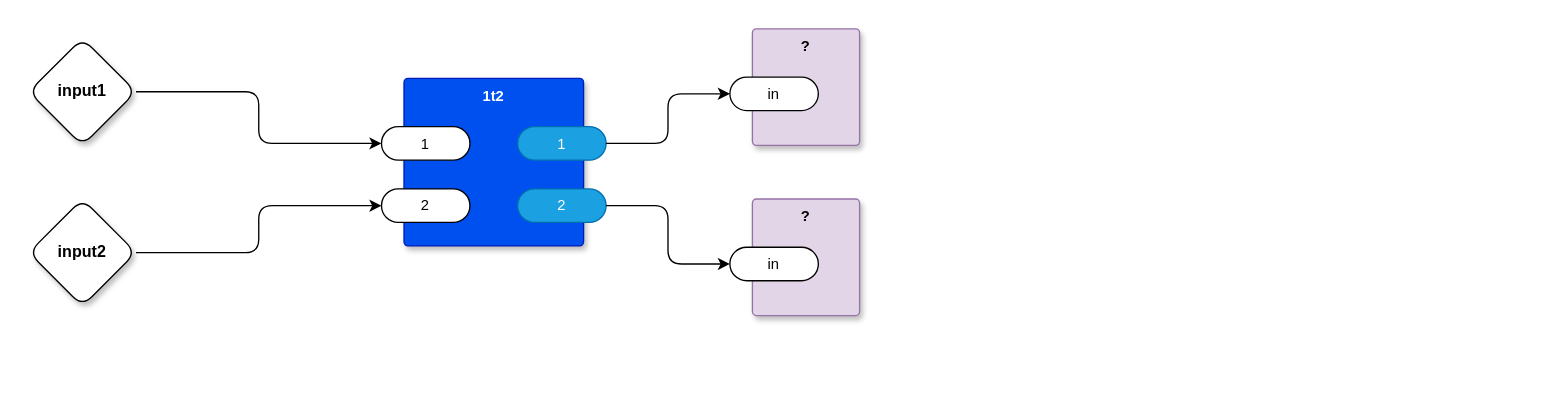
Earlier version of the draw.io diagram vsh.drawio (guitarvydas/odin0d). Source tidied: cells renumbered, new cells numbered last; positions are measured from the earlier drawing's top-left corner, leaving out a move shared by most shapes. Both pictures are drawn from the tidied source at 134%, with x=0, y=0 at pixel (28, 28).
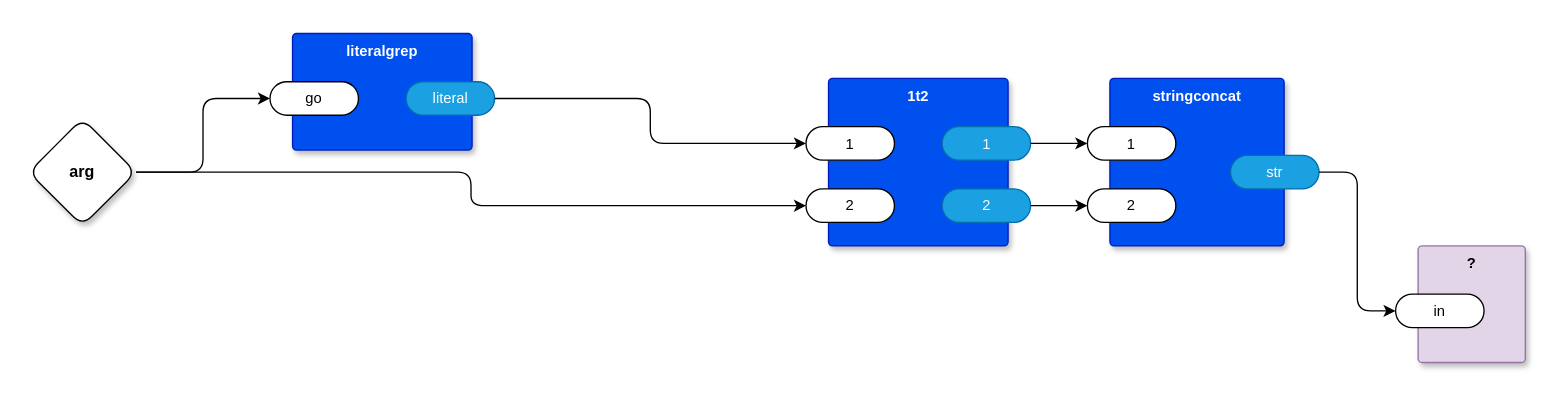
The same diagram, later.

The change refers to these unchanged cells:
```xml
<mxCell id="7" value="1" style="rounded=1;whiteSpace=wrap;html=1;sketch=0;points=[[0,0.5,0,0,0],[1,0.5,0,0,0]];arcSize=50;fontFamily=Helvetica;fontSize=11;fontColor=default;" parent="6" vertex="1">
  <mxGeometry x="-16.8" y="36" width="66" height="25" as="geometry" />
</mxCell>
<mxCell id="8" value="1" style="rounded=1;whiteSpace=wrap;html=1;sketch=0;points=[[0,0.5,0,0,0],[1,0.5,0,0,0]];fillColor=#1ba1e2;fontColor=#ffffff;strokeColor=#006EAF;arcSize=50;fontFamily=Helvetica;fontSize=11;" parent="6" vertex="1">
  <mxGeometry x="84.8" y="36" width="66" height="25" as="geometry" />
</mxCell>
<mxCell id="9" value="2" style="rounded=1;whiteSpace=wrap;html=1;sketch=0;points=[[0,0.5,0,0,0],[1,0.5,0,0,0]];arcSize=50;fontFamily=Helvetica;fontSize=11;fontColor=default;" parent="6" vertex="1">
  <mxGeometry x="-16.8" y="82.5" width="66" height="25" as="geometry" />
</mxCell>
<mxCell id="10" value="2" style="rounded=1;whiteSpace=wrap;html=1;sketch=0;points=[[0,0.5,0,0,0],[1,0.5,0,0,0]];fillColor=#1ba1e2;fontColor=#ffffff;strokeColor=#006EAF;arcSize=50;fontFamily=Helvetica;fontSize=11;" parent="6" vertex="1">
  <mxGeometry x="84.8" y="82.5" width="66" height="25" as="geometry" />
</mxCell>
<mxCell id="12" value="in" style="rounded=1;whiteSpace=wrap;html=1;sketch=0;points=[[0,0.5,0,0,0],[1,0.5,0,0,0]];arcSize=50;fontFamily=Helvetica;fontSize=11;fontColor=default;" parent="11" vertex="1">
  <mxGeometry x="-16.8" y="36" width="66" height="25" as="geometry" />
</mxCell>
```

Diff of the diagram source:
```diff
@@
-    <mxCell id="2" style="edgeStyle=orthogonalEdgeStyle;shape=connector;rounded=1;jettySize=auto;html=1;exitX=1;exitY=0.5;exitDx=0;exitDy=0;exitPerimeter=0;entryX=0;entryY=0.5;entryDx=0;entryDy=0;entryPerimeter=0;labelBackgroundColor=default;strokeColor=default;fontFamily=Helvetica;fontSize=11;fontColor=default;endArrow=classic;" parent="1" edge="1" source="3" target="7">
-      <mxGeometry relative="1" as="geometry" />
-    </mxCell>
+    <mxCell id="17" style="edgeStyle=orthogonalEdgeStyle;shape=connector;rounded=1;jettySize=auto;html=1;entryX=0;entryY=0.5;entryDx=0;entryDy=0;entryPerimeter=0;labelBackgroundColor=default;strokeColor=default;fontFamily=Helvetica;fontSize=11;fontColor=default;endArrow=classic;" parent="1" edge="1" source="3" target="27">
+      <mxGeometry relative="1" as="geometry" />
+    </mxCell>
+    <mxCell id="18" style="edgeStyle=orthogonalEdgeStyle;shape=connector;rounded=1;jettySize=auto;html=1;exitX=1;exitY=0.5;exitDx=0;exitDy=0;exitPerimeter=0;entryX=0;entryY=0.5;entryDx=0;entryDy=0;entryPerimeter=0;labelBackgroundColor=default;strokeColor=default;fontFamily=Helvetica;fontSize=11;fontColor=default;endArrow=classic;" parent="1" edge="1" source="3" target="9">
+      <mxGeometry relative="1" as="geometry" />
+    </mxCell>
-    <mxCell id="3" value="input1" style="rhombus;whiteSpace=wrap;html=1;rounded=1;fontStyle=1;glass=0;sketch=0;fontSize=12;points=[[0,0.5,0,0,0],[0.5,0,0,0,0],[0.5,1,0,0,0],[1,0.5,0,0,0]];shadow=1;fontFamily=Helvetica;fontColor=default;" parent="1" vertex="1">
-      <mxGeometry y="7" width="80" height="80" as="geometry" />
+    <mxCell id="3" value="arg" style="rhombus;whiteSpace=wrap;html=1;rounded=1;fontStyle=1;glass=0;sketch=0;fontSize=12;points=[[0,0.5,0,0,0],[0.5,0,0,0,0],[0.5,1,0,0,0],[1,0.5,0,0,0]];shadow=1;fontFamily=Helvetica;fontColor=default;" parent="1" vertex="1">
+      <mxGeometry y="67" width="80" height="80" as="geometry" />
     </mxCell>
-    <mxCell id="4" style="edgeStyle=orthogonalEdgeStyle;shape=connector;rounded=1;jettySize=auto;html=1;exitX=1;exitY=0.5;exitDx=0;exitDy=0;exitPerimeter=0;labelBackgroundColor=default;strokeColor=default;fontFamily=Helvetica;fontSize=11;fontColor=default;endArrow=classic;" parent="1" edge="1" source="5" target="9">
-      <mxGeometry relative="1" as="geometry" />
-    </mxCell>
-    <mxCell id="5" value="input2" style="rhombus;whiteSpace=wrap;html=1;rounded=1;fontStyle=1;glass=0;sketch=0;fontSize=12;points=[[0,0.5,0,0,0],[0.5,0,0,0,0],[0.5,1,0,0,0],[1,0.5,0,0,0]];shadow=1;fontFamily=Helvetica;fontColor=default;" parent="1" vertex="1">
-      <mxGeometry y="127" width="80" height="80" as="geometry" />
-    </mxCell>
     <mxCell id="6" value="1t2" style="rounded=1;whiteSpace=wrap;html=1;sketch=0;verticalAlign=top;arcSize=6;fontStyle=1;absoluteArcSize=1;shadow=1;strokeColor=#001DBC;fillColor=#0050ef;fontColor=#ffffff;fontFamily=Helvetica;fontSize=11;" parent="1" vertex="1">
-      <mxGeometry x="280" y="37" width="134" height="125" as="geometry" />
+      <mxGeometry x="596.8" y="37" width="134" height="125" as="geometry" />
     </mxCell>
@@
     <mxCell id="11" value="?" style="rounded=1;whiteSpace=wrap;html=1;sketch=0;verticalAlign=top;arcSize=6;fontStyle=1;absoluteArcSize=1;shadow=1;strokeColor=#9673a6;fillColor=#e1d5e7;fontFamily=Helvetica;fontSize=11;" parent="1" vertex="1">
-      <mxGeometry x="540" width="80" height="87" as="geometry" />
+      <mxGeometry x="1036.8" y="162" width="80" height="87" as="geometry" />
     </mxCell>
@@
-    <mxCell id="13" value="?" style="rounded=1;whiteSpace=wrap;html=1;sketch=0;verticalAlign=top;arcSize=6;fontStyle=1;absoluteArcSize=1;shadow=1;strokeColor=#9673a6;fillColor=#e1d5e7;fontFamily=Helvetica;fontSize=11;" parent="1" vertex="1">
-      <mxGeometry x="540" y="127" width="80" height="87" as="geometry" />
-    </mxCell>
-    <mxCell id="14" value="in" style="rounded=1;whiteSpace=wrap;html=1;sketch=0;points=[[0,0.5,0,0,0],[1,0.5,0,0,0]];arcSize=50;fontFamily=Helvetica;fontSize=11;fontColor=default;" parent="13" vertex="1">
-      <mxGeometry x="-16.8" y="36" width="66" height="25" as="geometry" />
-    </mxCell>
-    <mxCell id="15" style="edgeStyle=orthogonalEdgeStyle;shape=connector;rounded=1;jettySize=auto;html=1;exitX=1;exitY=0.5;exitDx=0;exitDy=0;exitPerimeter=0;entryX=0;entryY=0.5;entryDx=0;entryDy=0;entryPerimeter=0;labelBackgroundColor=default;strokeColor=default;fontFamily=Helvetica;fontSize=11;fontColor=default;endArrow=classic;" parent="1" edge="1" source="8" target="12">
-      <mxGeometry relative="1" as="geometry" />
-    </mxCell>
-    <mxCell id="16" style="edgeStyle=orthogonalEdgeStyle;shape=connector;rounded=1;jettySize=auto;html=1;exitX=1;exitY=0.5;exitDx=0;exitDy=0;exitPerimeter=0;entryX=0;entryY=0.5;entryDx=0;entryDy=0;entryPerimeter=0;labelBackgroundColor=default;strokeColor=default;fontFamily=Helvetica;fontSize=11;fontColor=default;endArrow=classic;" parent="1" edge="1" source="10" target="14">
-      <mxGeometry relative="1" as="geometry" />
-    </mxCell>
+    <mxCell id="19" value="stringconcat" style="rounded=1;whiteSpace=wrap;html=1;sketch=0;verticalAlign=top;arcSize=6;fontStyle=1;absoluteArcSize=1;shadow=1;strokeColor=#001DBC;fillColor=#0050ef;fontColor=#ffffff;fontFamily=Helvetica;fontSize=11;" parent="1" vertex="1">
+      <mxGeometry x="806.8" y="37" width="130" height="125" as="geometry" />
+    </mxCell>
+    <mxCell id="20" value="1" style="rounded=1;whiteSpace=wrap;html=1;sketch=0;points=[[0,0.5,0,0,0],[1,0.5,0,0,0]];arcSize=50;fontFamily=Helvetica;fontSize=11;fontColor=default;" parent="19" vertex="1">
+      <mxGeometry x="-16.8" y="36" width="66" height="25" as="geometry" />
+    </mxCell>
+    <mxCell id="21" value="2" style="rounded=1;whiteSpace=wrap;html=1;sketch=0;points=[[0,0.5,0,0,0],[1,0.5,0,0,0]];arcSize=50;fontFamily=Helvetica;fontSize=11;fontColor=default;" parent="19" vertex="1">
+      <mxGeometry x="-16.8" y="82.5" width="66" height="25" as="geometry" />
+    </mxCell>
+    <mxCell id="22" value="str" style="rounded=1;whiteSpace=wrap;html=1;sketch=0;points=[[0,0.5,0,0,0],[1,0.5,0,0,0]];fillColor=#1ba1e2;fontColor=#ffffff;strokeColor=#006EAF;arcSize=50;fontFamily=Helvetica;fontSize=11;" parent="19" vertex="1">
+      <mxGeometry x="90" y="57.5" width="66" height="25" as="geometry" />
+    </mxCell>
+    <mxCell id="23" style="edgeStyle=orthogonalEdgeStyle;shape=connector;rounded=1;jettySize=auto;html=1;exitX=1;exitY=0.5;exitDx=0;exitDy=0;exitPerimeter=0;labelBackgroundColor=default;strokeColor=default;fontFamily=Helvetica;fontSize=11;fontColor=default;endArrow=classic;" parent="1" edge="1" source="8" target="20">
+      <mxGeometry relative="1" as="geometry" />
+    </mxCell>
+    <mxCell id="24" style="edgeStyle=orthogonalEdgeStyle;shape=connector;rounded=1;jettySize=auto;html=1;exitX=1;exitY=0.5;exitDx=0;exitDy=0;exitPerimeter=0;entryX=0;entryY=0.5;entryDx=0;entryDy=0;entryPerimeter=0;labelBackgroundColor=default;strokeColor=default;fontFamily=Helvetica;fontSize=11;fontColor=default;endArrow=classic;" parent="1" edge="1" source="10" target="21">
+      <mxGeometry relative="1" as="geometry" />
+    </mxCell>
+    <mxCell id="25" style="edgeStyle=orthogonalEdgeStyle;shape=connector;rounded=1;jettySize=auto;html=1;exitX=1;exitY=0.5;exitDx=0;exitDy=0;exitPerimeter=0;entryX=0;entryY=0.5;entryDx=0;entryDy=0;entryPerimeter=0;labelBackgroundColor=default;strokeColor=default;fontFamily=Helvetica;fontSize=11;fontColor=default;endArrow=classic;" parent="1" edge="1" source="22" target="12">
+      <mxGeometry relative="1" as="geometry" />
+    </mxCell>
+    <mxCell id="26" value="literalgrep" style="rounded=1;whiteSpace=wrap;html=1;sketch=0;verticalAlign=top;arcSize=6;fontStyle=1;absoluteArcSize=1;shadow=1;strokeColor=#001DBC;fillColor=#0050ef;fontColor=#ffffff;fontFamily=Helvetica;fontSize=11;" parent="1" vertex="1">
+      <mxGeometry x="196.8" y="3.5" width="134" height="87" as="geometry" />
+    </mxCell>
+    <mxCell id="27" value="go" style="rounded=1;whiteSpace=wrap;html=1;sketch=0;points=[[0,0.5,0,0,0],[1,0.5,0,0,0]];arcSize=50;fontFamily=Helvetica;fontSize=11;fontColor=default;" parent="26" vertex="1">
+      <mxGeometry x="-16.8" y="36" width="66" height="25" as="geometry" />
+    </mxCell>
+    <mxCell id="28" value="literal" style="rounded=1;whiteSpace=wrap;html=1;sketch=0;points=[[0,0.5,0,0,0],[1,0.5,0,0,0]];fillColor=#1ba1e2;fontColor=#ffffff;strokeColor=#006EAF;arcSize=50;fontFamily=Helvetica;fontSize=11;" parent="26" vertex="1">
+      <mxGeometry x="84.8" y="36" width="66" height="25" as="geometry" />
+    </mxCell>
+    <mxCell id="29" style="edgeStyle=orthogonalEdgeStyle;shape=connector;rounded=1;jettySize=auto;html=1;exitX=1;exitY=0.5;exitDx=0;exitDy=0;exitPerimeter=0;entryX=0;entryY=0.5;entryDx=0;entryDy=0;entryPerimeter=0;labelBackgroundColor=default;strokeColor=default;fontFamily=Helvetica;fontSize=11;fontColor=default;endArrow=classic;" parent="1" edge="1" source="28" target="7">
+      <mxGeometry relative="1" as="geometry" />
+    </mxCell>
```
